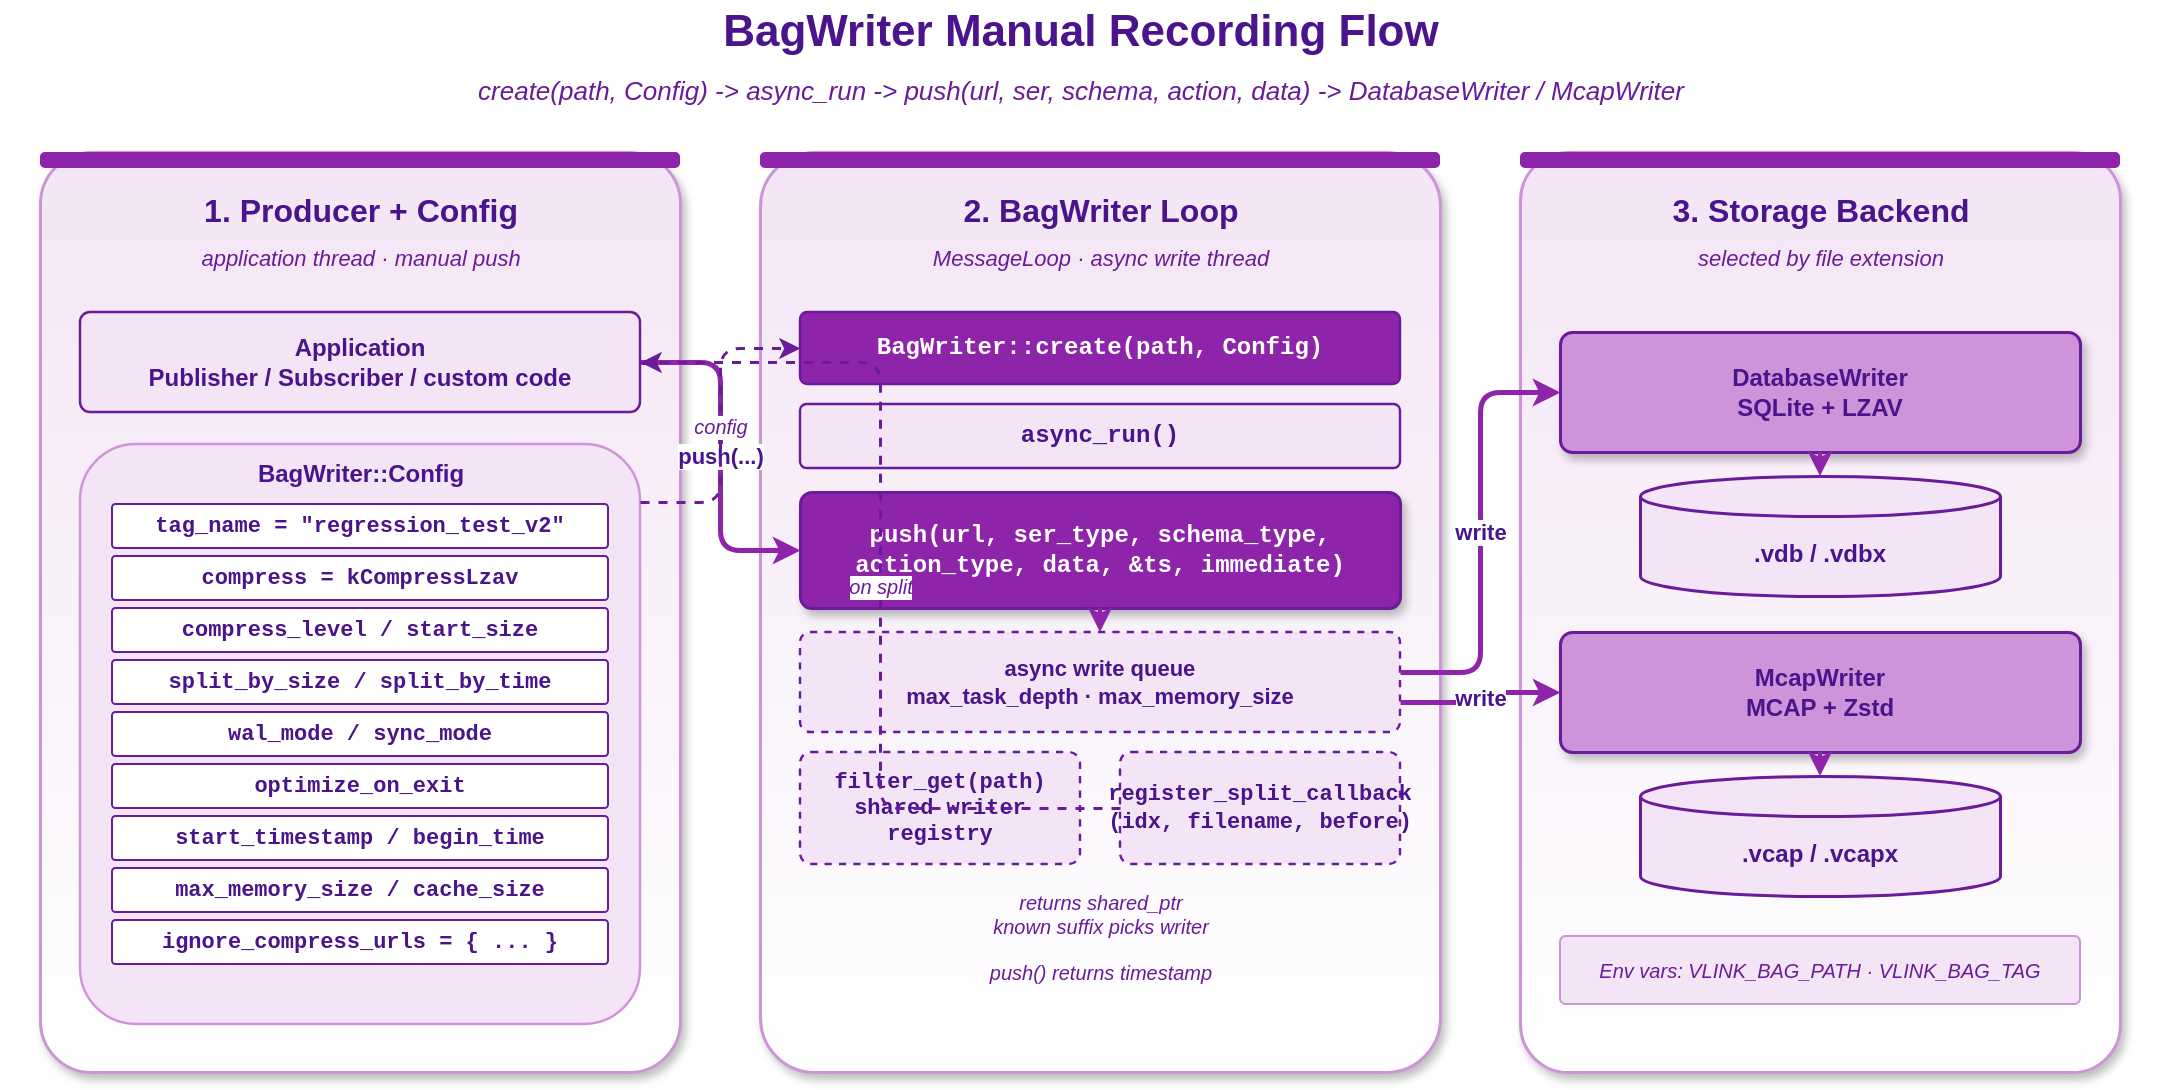
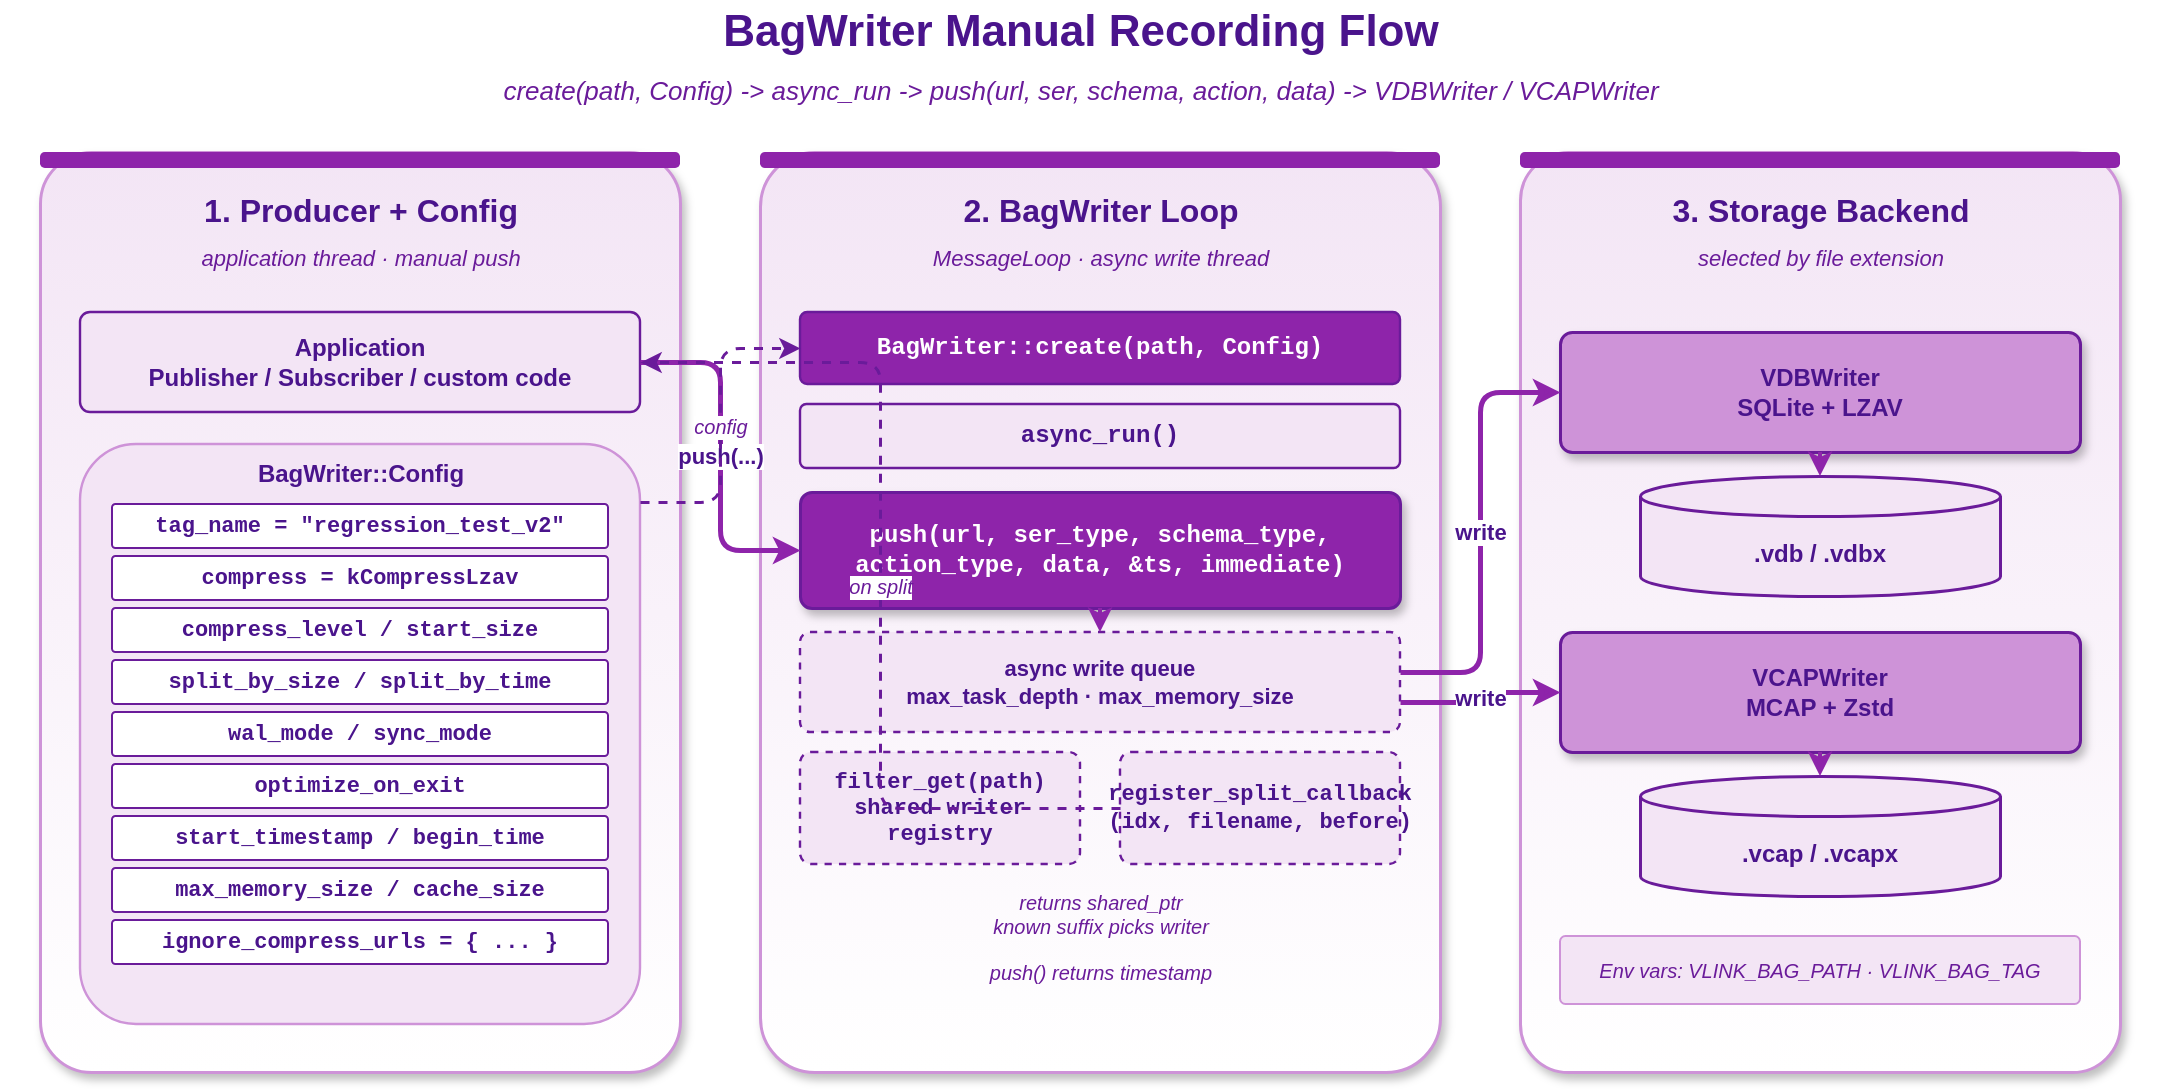
<mxfile host="app.diagrams.net" modified="2026-05-19T00:00:00.000Z" agent="Claude" version="24.0.0" type="device">
  <diagram id="bag-writer-flow" name="BagWriter Manual Recording Flow">
    <mxGraphModel dx="1120" dy="640" grid="0" gridSize="10" guides="1" tooltips="1" connect="1" arrows="1" fold="1" page="1" pageScale="1" pageWidth="1120" pageHeight="640" math="0" shadow="0">
      <root>
        <mxCell id="0" />
        <mxCell id="1" parent="0" />

        <mxCell id="title" value="BagWriter Manual Recording Flow" style="text;html=1;align=center;verticalAlign=middle;strokeColor=none;fillColor=none;fontSize=22;fontStyle=1;fontColor=#4a148c;" vertex="1" parent="1">
          <mxGeometry x="20" y="24" width="1080" height="32" as="geometry" />
        </mxCell>
-         <mxCell id="subtitle" value="create(path, Config) -&gt; async_run -&gt; push(url, ser, schema, action, data) -&gt; DatabaseWriter / McapWriter" style="text;html=1;align=center;verticalAlign=middle;strokeColor=none;fillColor=none;fontSize=13;fontStyle=2;fontColor=#6a1b9a;" vertex="1" parent="1">
+         <mxCell id="subtitle" value="create(path, Config) -&gt; async_run -&gt; push(url, ser, schema, action, data) -&gt; VDBWriter / VCAPWriter" style="text;html=1;align=center;verticalAlign=middle;strokeColor=none;fillColor=none;fontSize=13;fontStyle=2;fontColor=#6a1b9a;" vertex="1" parent="1">
          <mxGeometry x="20" y="58" width="1080" height="22" as="geometry" />
        </mxCell>

        <!-- Section 1: Producer + Config -->
        <mxCell id="prod_bg" value="" style="rounded=1;whiteSpace=wrap;html=1;fillColor=#ffffff;strokeColor=#ce93d8;strokeWidth=1.5;arcSize=8;shadow=1;gradientColor=#f3e5f5;gradientDirection=north;" vertex="1" parent="1">
          <mxGeometry x="40" y="100" width="320" height="460" as="geometry" />
        </mxCell>
        <mxCell id="prod_bar" value="" style="rounded=1;whiteSpace=wrap;html=1;fillColor=#8e24aa;strokeColor=none;arcSize=30;" vertex="1" parent="1">
          <mxGeometry x="40" y="100" width="320" height="8" as="geometry" />
        </mxCell>
        <mxCell id="prod_t" value="1. Producer + Config" style="text;html=1;align=center;verticalAlign=middle;strokeColor=none;fillColor=none;fontSize=16;fontStyle=1;fontColor=#4a148c;" vertex="1" parent="1">
          <mxGeometry x="40" y="116" width="320" height="26" as="geometry" />
        </mxCell>
        <mxCell id="prod_st" value="application thread &#183; manual push" style="text;html=1;align=center;verticalAlign=middle;strokeColor=none;fillColor=none;fontSize=11;fontStyle=2;fontColor=#6a1b9a;" vertex="1" parent="1">
          <mxGeometry x="40" y="144" width="320" height="18" as="geometry" />
        </mxCell>

        <mxCell id="prod_app" value="Application&#10;Publisher / Subscriber / custom code" style="rounded=1;whiteSpace=wrap;html=1;fillColor=#f3e5f5;strokeColor=#6a1b9a;strokeWidth=1.2;arcSize=10;fontSize=12;fontStyle=1;fontColor=#4a148c;" vertex="1" parent="1">
          <mxGeometry x="60" y="180" width="280" height="50" as="geometry" />
        </mxCell>

        <mxCell id="cfg_box" value="" style="rounded=1;whiteSpace=wrap;html=1;fillColor=#f3e5f5;strokeColor=#ce93d8;strokeWidth=1.2;arcSize=10;" vertex="1" parent="1">
          <mxGeometry x="60" y="246" width="280" height="290" as="geometry" />
        </mxCell>
        <mxCell id="cfg_t" value="BagWriter::Config" style="text;html=1;align=center;verticalAlign=middle;strokeColor=none;fillColor=none;fontSize=12;fontStyle=1;fontColor=#4a148c;" vertex="1" parent="1">
          <mxGeometry x="60" y="250" width="280" height="22" as="geometry" />
        </mxCell>

        <mxCell id="cfg_tag" value="tag_name = &quot;regression_test_v2&quot;" style="rounded=1;whiteSpace=wrap;html=1;fillColor=#ffffff;strokeColor=#6a1b9a;strokeWidth=1;arcSize=8;fontSize=11;fontFamily=Courier New;fontStyle=1;fontColor=#4a148c;" vertex="1" parent="1">
          <mxGeometry x="76" y="276" width="248" height="22" as="geometry" />
        </mxCell>
        <mxCell id="cfg_comp" value="compress = kCompressLzav" style="rounded=1;whiteSpace=wrap;html=1;fillColor=#ffffff;strokeColor=#6a1b9a;strokeWidth=1;arcSize=8;fontSize=11;fontFamily=Courier New;fontStyle=1;fontColor=#4a148c;" vertex="1" parent="1">
          <mxGeometry x="76" y="302" width="248" height="22" as="geometry" />
        </mxCell>
        <mxCell id="cfg_lvl" value="compress_level / start_size" style="rounded=1;whiteSpace=wrap;html=1;fillColor=#ffffff;strokeColor=#6a1b9a;strokeWidth=1;arcSize=8;fontSize=11;fontFamily=Courier New;fontStyle=1;fontColor=#4a148c;" vertex="1" parent="1">
          <mxGeometry x="76" y="328" width="248" height="22" as="geometry" />
        </mxCell>
        <mxCell id="cfg_split" value="split_by_size / split_by_time" style="rounded=1;whiteSpace=wrap;html=1;fillColor=#ffffff;strokeColor=#6a1b9a;strokeWidth=1;arcSize=8;fontSize=11;fontFamily=Courier New;fontStyle=1;fontColor=#4a148c;" vertex="1" parent="1">
          <mxGeometry x="76" y="354" width="248" height="22" as="geometry" />
        </mxCell>
        <mxCell id="cfg_wal" value="wal_mode / sync_mode" style="rounded=1;whiteSpace=wrap;html=1;fillColor=#ffffff;strokeColor=#6a1b9a;strokeWidth=1;arcSize=8;fontSize=11;fontFamily=Courier New;fontStyle=1;fontColor=#4a148c;" vertex="1" parent="1">
          <mxGeometry x="76" y="380" width="248" height="22" as="geometry" />
        </mxCell>
        <mxCell id="cfg_opt" value="optimize_on_exit" style="rounded=1;whiteSpace=wrap;html=1;fillColor=#ffffff;strokeColor=#6a1b9a;strokeWidth=1;arcSize=8;fontSize=11;fontFamily=Courier New;fontStyle=1;fontColor=#4a148c;" vertex="1" parent="1">
          <mxGeometry x="76" y="406" width="248" height="22" as="geometry" />
        </mxCell>
        <mxCell id="cfg_ts" value="start_timestamp / begin_time" style="rounded=1;whiteSpace=wrap;html=1;fillColor=#ffffff;strokeColor=#6a1b9a;strokeWidth=1;arcSize=8;fontSize=11;fontFamily=Courier New;fontStyle=1;fontColor=#4a148c;" vertex="1" parent="1">
          <mxGeometry x="76" y="432" width="248" height="22" as="geometry" />
        </mxCell>
        <mxCell id="cfg_max" value="max_memory_size / cache_size" style="rounded=1;whiteSpace=wrap;html=1;fillColor=#ffffff;strokeColor=#6a1b9a;strokeWidth=1;arcSize=8;fontSize=11;fontFamily=Courier New;fontStyle=1;fontColor=#4a148c;" vertex="1" parent="1">
          <mxGeometry x="76" y="458" width="248" height="22" as="geometry" />
        </mxCell>
        <mxCell id="cfg_ign" value="ignore_compress_urls = { ... }" style="rounded=1;whiteSpace=wrap;html=1;fillColor=#ffffff;strokeColor=#6a1b9a;strokeWidth=1;arcSize=8;fontSize=11;fontFamily=Courier New;fontStyle=1;fontColor=#4a148c;" vertex="1" parent="1">
          <mxGeometry x="76" y="484" width="248" height="22" as="geometry" />
        </mxCell>

        <!-- Section 2: BagWriter event loop -->
        <mxCell id="wr_bg" value="" style="rounded=1;whiteSpace=wrap;html=1;fillColor=#ffffff;strokeColor=#ce93d8;strokeWidth=1.5;arcSize=8;shadow=1;gradientColor=#f3e5f5;gradientDirection=north;" vertex="1" parent="1">
          <mxGeometry x="400" y="100" width="340" height="460" as="geometry" />
        </mxCell>
        <mxCell id="wr_bar" value="" style="rounded=1;whiteSpace=wrap;html=1;fillColor=#8e24aa;strokeColor=none;arcSize=30;" vertex="1" parent="1">
          <mxGeometry x="400" y="100" width="340" height="8" as="geometry" />
        </mxCell>
        <mxCell id="wr_t" value="2. BagWriter Loop" style="text;html=1;align=center;verticalAlign=middle;strokeColor=none;fillColor=none;fontSize=16;fontStyle=1;fontColor=#4a148c;" vertex="1" parent="1">
          <mxGeometry x="400" y="116" width="340" height="26" as="geometry" />
        </mxCell>
        <mxCell id="wr_st" value="MessageLoop &#183; async write thread" style="text;html=1;align=center;verticalAlign=middle;strokeColor=none;fillColor=none;fontSize=11;fontStyle=2;fontColor=#6a1b9a;" vertex="1" parent="1">
          <mxGeometry x="400" y="144" width="340" height="18" as="geometry" />
        </mxCell>

        <mxCell id="wr_create" value="BagWriter::create(path, Config)" style="rounded=1;whiteSpace=wrap;html=1;fillColor=#8e24aa;strokeColor=#6a1b9a;strokeWidth=1.2;arcSize=10;fontSize=12;fontFamily=Courier New;fontStyle=1;fontColor=#ffffff;" vertex="1" parent="1">
          <mxGeometry x="420" y="180" width="300" height="36" as="geometry" />
        </mxCell>
        <mxCell id="wr_run" value="async_run()" style="rounded=1;whiteSpace=wrap;html=1;fillColor=#f3e5f5;strokeColor=#6a1b9a;strokeWidth=1.2;arcSize=10;fontSize=12;fontFamily=Courier New;fontStyle=1;fontColor=#4a148c;" vertex="1" parent="1">
          <mxGeometry x="420" y="226" width="300" height="32" as="geometry" />
        </mxCell>

        <mxCell id="wr_push" value="push(url, ser_type, schema_type,&#10;     action_type, data, &amp;ts, immediate)" style="rounded=1;whiteSpace=wrap;html=1;fillColor=#8e24aa;strokeColor=#6a1b9a;strokeWidth=1.5;arcSize=10;fontSize=12;fontFamily=Courier New;fontStyle=1;fontColor=#ffffff;shadow=1;" vertex="1" parent="1">
          <mxGeometry x="420" y="270" width="300" height="58" as="geometry" />
        </mxCell>

        <mxCell id="wr_queue" value="async write queue&#10;max_task_depth &#183; max_memory_size" style="rounded=1;whiteSpace=wrap;html=1;fillColor=#f3e5f5;strokeColor=#6a1b9a;strokeWidth=1.2;arcSize=10;fontSize=11;fontStyle=1;fontColor=#4a148c;dashed=1;" vertex="1" parent="1">
          <mxGeometry x="420" y="340" width="300" height="50" as="geometry" />
        </mxCell>

        <mxCell id="wr_filter" value="filter_get(path)&#10;shared writer registry" style="rounded=1;whiteSpace=wrap;html=1;fillColor=#f3e5f5;strokeColor=#6a1b9a;strokeWidth=1.2;arcSize=10;fontSize=11;fontFamily=Courier New;fontStyle=1;fontColor=#4a148c;dashed=1;" vertex="1" parent="1">
          <mxGeometry x="420" y="400" width="140" height="56" as="geometry" />
        </mxCell>
        <mxCell id="wr_split" value="register_split_callback&#10;(idx, filename, before)" style="rounded=1;whiteSpace=wrap;html=1;fillColor=#f3e5f5;strokeColor=#6a1b9a;strokeWidth=1.2;arcSize=10;fontSize=11;fontFamily=Courier New;fontStyle=1;fontColor=#4a148c;dashed=1;" vertex="1" parent="1">
          <mxGeometry x="580" y="400" width="140" height="56" as="geometry" />
        </mxCell>

        <mxCell id="wr_note" value="returns shared_ptr&lt;BagWriter&gt;&#10;known suffix picks writer" style="text;html=1;align=center;verticalAlign=middle;strokeColor=none;fillColor=none;fontSize=10;fontStyle=2;fontColor=#6a1b9a;" vertex="1" parent="1">
          <mxGeometry x="420" y="464" width="300" height="34" as="geometry" />
        </mxCell>
        <mxCell id="wr_seq" value="push() returns timestamp" style="text;html=1;align=center;verticalAlign=middle;strokeColor=none;fillColor=none;fontSize=10;fontStyle=2;fontColor=#6a1b9a;" vertex="1" parent="1">
          <mxGeometry x="420" y="500" width="300" height="20" as="geometry" />
        </mxCell>

        <!-- Section 3: Storage backends -->
        <mxCell id="st_bg" value="" style="rounded=1;whiteSpace=wrap;html=1;fillColor=#ffffff;strokeColor=#ce93d8;strokeWidth=1.5;arcSize=8;shadow=1;gradientColor=#f3e5f5;gradientDirection=north;" vertex="1" parent="1">
          <mxGeometry x="780" y="100" width="300" height="460" as="geometry" />
        </mxCell>
        <mxCell id="st_bar" value="" style="rounded=1;whiteSpace=wrap;html=1;fillColor=#8e24aa;strokeColor=none;arcSize=30;" vertex="1" parent="1">
          <mxGeometry x="780" y="100" width="300" height="8" as="geometry" />
        </mxCell>
        <mxCell id="st_t" value="3. Storage Backend" style="text;html=1;align=center;verticalAlign=middle;strokeColor=none;fillColor=none;fontSize=16;fontStyle=1;fontColor=#4a148c;" vertex="1" parent="1">
          <mxGeometry x="780" y="116" width="300" height="26" as="geometry" />
        </mxCell>
        <mxCell id="st_st" value="selected by file extension" style="text;html=1;align=center;verticalAlign=middle;strokeColor=none;fillColor=none;fontSize=11;fontStyle=2;fontColor=#6a1b9a;" vertex="1" parent="1">
          <mxGeometry x="780" y="144" width="300" height="18" as="geometry" />
        </mxCell>

-         <mxCell id="st_db" value="DatabaseWriter&#10;SQLite + LZAV" style="rounded=1;whiteSpace=wrap;html=1;fillColor=#ce93d8;strokeColor=#6a1b9a;strokeWidth=1.5;arcSize=10;fontSize=12;fontStyle=1;fontColor=#4a148c;shadow=1;" vertex="1" parent="1">
+         <mxCell id="st_db" value="VDBWriter&#10;SQLite + LZAV" style="rounded=1;whiteSpace=wrap;html=1;fillColor=#ce93d8;strokeColor=#6a1b9a;strokeWidth=1.5;arcSize=10;fontSize=12;fontStyle=1;fontColor=#4a148c;shadow=1;" vertex="1" parent="1">
          <mxGeometry x="800" y="190" width="260" height="60" as="geometry" />
        </mxCell>
        <mxCell id="st_vdb" value=".vdb / .vdbx" style="shape=cylinder3;whiteSpace=wrap;html=1;boundedLbl=1;backgroundOutline=1;size=10;fillColor=#f3e5f5;strokeColor=#6a1b9a;strokeWidth=1.5;fontSize=12;fontStyle=1;fontColor=#4a148c;" vertex="1" parent="1">
          <mxGeometry x="840" y="262" width="180" height="60" as="geometry" />
        </mxCell>

-         <mxCell id="st_mcap" value="McapWriter&#10;MCAP + Zstd" style="rounded=1;whiteSpace=wrap;html=1;fillColor=#ce93d8;strokeColor=#6a1b9a;strokeWidth=1.5;arcSize=10;fontSize=12;fontStyle=1;fontColor=#4a148c;shadow=1;" vertex="1" parent="1">
+         <mxCell id="st_mcap" value="VCAPWriter&#10;MCAP + Zstd" style="rounded=1;whiteSpace=wrap;html=1;fillColor=#ce93d8;strokeColor=#6a1b9a;strokeWidth=1.5;arcSize=10;fontSize=12;fontStyle=1;fontColor=#4a148c;shadow=1;" vertex="1" parent="1">
          <mxGeometry x="800" y="340" width="260" height="60" as="geometry" />
        </mxCell>
        <mxCell id="st_vcap" value=".vcap / .vcapx" style="shape=cylinder3;whiteSpace=wrap;html=1;boundedLbl=1;backgroundOutline=1;size=10;fillColor=#f3e5f5;strokeColor=#6a1b9a;strokeWidth=1.5;fontSize=12;fontStyle=1;fontColor=#4a148c;" vertex="1" parent="1">
          <mxGeometry x="840" y="412" width="180" height="60" as="geometry" />
        </mxCell>

        <mxCell id="st_note" value="Env vars: VLINK_BAG_PATH &#183; VLINK_BAG_TAG" style="rounded=1;whiteSpace=wrap;html=1;fillColor=#f3e5f5;strokeColor=#ce93d8;strokeWidth=1;arcSize=8;fontSize=10;fontStyle=2;fontColor=#6a1b9a;" vertex="1" parent="1">
          <mxGeometry x="800" y="492" width="260" height="34" as="geometry" />
        </mxCell>

        <!-- Arrows -->
        <mxCell id="a_app_push" value="push(...)" style="endArrow=classic;endFill=1;html=1;strokeWidth=2.5;strokeColor=#8e24aa;fontSize=11;fontStyle=1;fontColor=#4a148c;labelBackgroundColor=#ffffff;rounded=1;edgeStyle=orthogonalEdgeStyle;exitX=1;exitY=0.5;entryX=0;entryY=0.5;" edge="1" parent="1" source="prod_app" target="wr_push">
          <mxGeometry relative="1" as="geometry" />
        </mxCell>
        <mxCell id="a_cfg_create" value="config" style="endArrow=classic;endFill=1;html=1;strokeWidth=1.5;strokeColor=#6a1b9a;fontSize=10;fontStyle=2;fontColor=#6a1b9a;labelBackgroundColor=#ffffff;rounded=1;dashed=1;edgeStyle=orthogonalEdgeStyle;exitX=1;exitY=0.1;entryX=0;entryY=0.5;" edge="1" parent="1" source="cfg_box" target="wr_create">
          <mxGeometry relative="1" as="geometry" />
        </mxCell>
        <mxCell id="a_push_q" value="" style="endArrow=classic;endFill=1;html=1;strokeWidth=2;strokeColor=#8e24aa;rounded=1;exitX=0.5;exitY=1;entryX=0.5;entryY=0;" edge="1" parent="1" source="wr_push" target="wr_queue">
          <mxGeometry relative="1" as="geometry" />
        </mxCell>
        <mxCell id="a_q_db" value="write" style="endArrow=classic;endFill=1;html=1;strokeWidth=2.5;strokeColor=#8e24aa;fontSize=11;fontStyle=1;fontColor=#4a148c;labelBackgroundColor=#ffffff;rounded=1;edgeStyle=orthogonalEdgeStyle;exitX=1;exitY=0.4;entryX=0;entryY=0.5;" edge="1" parent="1" source="wr_queue" target="st_db">
          <mxGeometry relative="1" as="geometry" />
        </mxCell>
        <mxCell id="a_q_mcap" value="write" style="endArrow=classic;endFill=1;html=1;strokeWidth=2.5;strokeColor=#8e24aa;fontSize=11;fontStyle=1;fontColor=#4a148c;labelBackgroundColor=#ffffff;rounded=1;edgeStyle=orthogonalEdgeStyle;exitX=1;exitY=0.7;entryX=0;entryY=0.5;" edge="1" parent="1" source="wr_queue" target="st_mcap">
          <mxGeometry relative="1" as="geometry" />
        </mxCell>
        <mxCell id="a_db_file" value="" style="endArrow=classic;endFill=1;html=1;strokeWidth=2;strokeColor=#8e24aa;rounded=1;exitX=0.5;exitY=1;entryX=0.5;entryY=0;" edge="1" parent="1" source="st_db" target="st_vdb">
          <mxGeometry relative="1" as="geometry" />
        </mxCell>
        <mxCell id="a_mcap_file" value="" style="endArrow=classic;endFill=1;html=1;strokeWidth=2;strokeColor=#8e24aa;rounded=1;exitX=0.5;exitY=1;entryX=0.5;entryY=0;" edge="1" parent="1" source="st_mcap" target="st_vcap">
          <mxGeometry relative="1" as="geometry" />
        </mxCell>
        <mxCell id="a_split_back" value="on split" style="endArrow=classic;endFill=1;html=1;strokeWidth=1.5;strokeColor=#6a1b9a;fontSize=10;fontStyle=2;fontColor=#6a1b9a;labelBackgroundColor=#ffffff;rounded=1;dashed=1;edgeStyle=orthogonalEdgeStyle;exitX=0;exitY=0.5;entryX=1;entryY=0.5;" edge="1" parent="1" source="wr_split" target="prod_app">
          <mxGeometry relative="1" as="geometry" />
        </mxCell>

      </root>
    </mxGraphModel>
  </diagram>
</mxfile>
